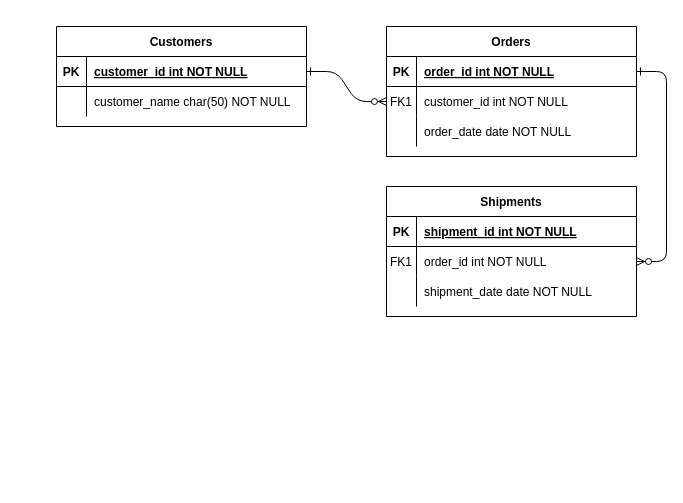
This is BDMODELOER.drawio from FelipeHurtado/BPMN_EXPERIMIENTO, a draw.io file, before an edit. Source tidied: cells renumbered, new cells numbered last; positions are measured from the earlier drawing's top-left corner, leaving out a move shared by most shapes. Both pictures are drawn from the tidied source at 100%, with x=0, y=0 at pixel (56, 26).
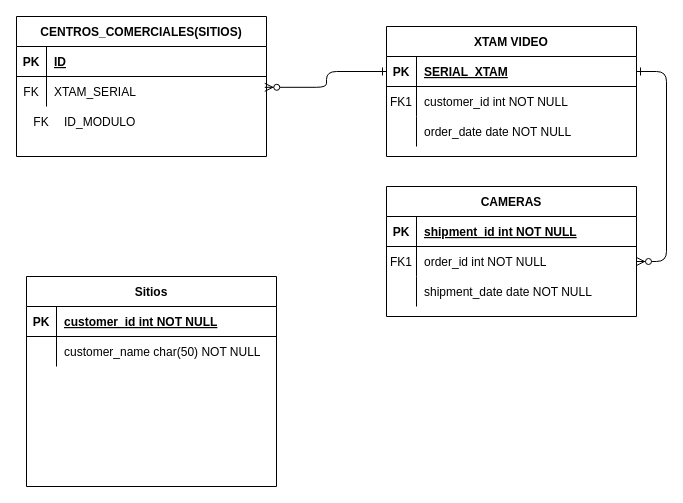
After the change.

Unchanged cells that the change refers to:
```xml
<mxCell id="5" style="shape=partialRectangle;fillColor=none;points=[[0,0.5],[1,0.5]];portConstraint=eastwest;top=0;left=0;right=0;bottom=1;" parent="4" vertex="1">
  <mxGeometry y="30" width="250" height="30" as="geometry" />
</mxCell>
<mxCell id="8" style="shape=partialRectangle;fillColor=none;points=[[0,0.5],[1,0.5]];portConstraint=eastwest;top=0;left=0;right=0;bottom=0;" parent="4" vertex="1">
  <mxGeometry y="60" width="250" height="30" as="geometry" />
</mxCell>
<mxCell id="25" style="shape=partialRectangle;fillColor=none;points=[[0,0.5],[1,0.5]];portConstraint=eastwest;top=0;left=0;right=0;bottom=1;" parent="24" vertex="1">
  <mxGeometry y="30" width="250" height="30" as="geometry" />
</mxCell>
<mxCell id="28" style="shape=partialRectangle;fillColor=none;points=[[0,0.5],[1,0.5]];portConstraint=eastwest;top=0;left=0;right=0;bottom=0;" parent="24" vertex="1">
  <mxGeometry y="60" width="250" height="30" as="geometry" />
</mxCell>
```

Change to the diagram source:
```diff
@@
-    <mxCell id="2" style="edgeStyle=entityRelationEdgeStyle;endArrow=ERzeroToMany;startArrow=ERone;endFill=1;startFill=0;" parent="1" edge="1" source="25" target="8">
-      <mxGeometry relative="1" as="geometry" />
-    </mxCell>
@@
-    <mxCell id="4" value="Orders" style="shape=table;startSize=30;childLayout=tableLayout;rowLines=0;fontStyle=1;align=center;" parent="1" vertex="1">
+    <mxCell id="4" value="XTAM VIDEO" style="shape=table;startSize=30;childLayout=tableLayout;rowLines=0;fontStyle=1;align=center;" parent="1" vertex="1">
       <mxGeometry x="330" width="250" height="130" as="geometry" />
     </mxCell>
@@
-    <mxCell id="7" value="order_id int NOT NULL " style="shape=partialRectangle;overflow=hidden;fillColor=none;top=0;left=0;bottom=0;right=0;align=left;spacingLeft=6;fontStyle=5;" parent="5" vertex="1">
+    <mxCell id="7" value="SERIAL_XTAM" style="shape=partialRectangle;overflow=hidden;fillColor=none;top=0;left=0;bottom=0;right=0;align=left;spacingLeft=6;fontStyle=5;" parent="5" vertex="1">
       <mxGeometry x="30" width="220" height="30" as="geometry" />
     </mxCell>
@@
-    <mxCell id="14" value="Shipments" style="shape=table;startSize=30;childLayout=tableLayout;rowLines=0;fontStyle=1;align=center;" parent="1" vertex="1">
+    <mxCell id="14" value="CAMERAS" style="shape=table;startSize=30;childLayout=tableLayout;rowLines=0;fontStyle=1;align=center;" parent="1" vertex="1">
       <mxGeometry x="330" y="160" width="250" height="130" as="geometry" />
     </mxCell>
@@
-    <mxCell id="24" value="Customers" style="shape=table;startSize=30;childLayout=tableLayout;rowLines=0;fontStyle=1;align=center;" parent="1" vertex="1">
-      <mxGeometry width="250" height="100" as="geometry" />
+    <mxCell id="24" value="CENTROS_COMERCIALES(SITIOS)" style="shape=table;startSize=30;childLayout=tableLayout;rowLines=0;fontStyle=1;align=center;" parent="1" vertex="1">
+      <mxGeometry x="-40" y="-10" width="250" height="140" as="geometry" />
     </mxCell>
@@
-    <mxCell id="27" value="customer_id int NOT NULL " style="shape=partialRectangle;overflow=hidden;fillColor=none;top=0;left=0;bottom=0;right=0;align=left;spacingLeft=6;fontStyle=5;" parent="25" vertex="1">
+    <mxCell id="27" value="ID" style="shape=partialRectangle;overflow=hidden;fillColor=none;top=0;left=0;bottom=0;right=0;align=left;spacingLeft=6;fontStyle=5;" parent="25" vertex="1">
       <mxGeometry x="30" width="220" height="30" as="geometry" />
     </mxCell>
@@
-    <mxCell id="29" style="shape=partialRectangle;overflow=hidden;fillColor=none;top=0;left=0;bottom=0;right=0;" parent="28" vertex="1">
+    <mxCell id="29" value="FK" style="shape=partialRectangle;overflow=hidden;fillColor=none;top=0;left=0;bottom=0;right=0;" parent="28" vertex="1">
       <mxGeometry width="30" height="30" as="geometry" />
     </mxCell>
-    <mxCell id="30" value="customer_name char(50) NOT NULL" style="shape=partialRectangle;overflow=hidden;fillColor=none;top=0;left=0;bottom=0;right=0;align=left;spacingLeft=6;" parent="28" vertex="1">
+    <mxCell id="30" value="XTAM_SERIAL" style="shape=partialRectangle;overflow=hidden;fillColor=none;top=0;left=0;bottom=0;right=0;align=left;spacingLeft=6;" parent="28" vertex="1">
       <mxGeometry x="30" width="220" height="30" as="geometry" />
     </mxCell>
+    <mxCell id="31" value="Sitios" style="shape=table;startSize=30;childLayout=tableLayout;rowLines=0;fontStyle=1;align=center;" parent="1" vertex="1">
+      <mxGeometry x="-30" y="250" width="250" height="210" as="geometry" />
+    </mxCell>
+    <mxCell id="32" style="shape=partialRectangle;fillColor=none;top=0;left=0;right=0;bottom=1;" parent="31" vertex="1">
+      <mxGeometry y="30" width="250" height="30" as="geometry" />
+    </mxCell>
+    <mxCell id="33" value="PK" style="shape=partialRectangle;overflow=hidden;fillColor=none;top=0;left=0;bottom=0;right=0;fontStyle=1;" parent="32" vertex="1">
+      <mxGeometry width="30" height="30" as="geometry" />
+    </mxCell>
+    <mxCell id="34" value="customer_id int NOT NULL " style="shape=partialRectangle;overflow=hidden;fillColor=none;top=0;left=0;bottom=0;right=0;align=left;spacingLeft=6;fontStyle=5;" parent="32" vertex="1">
+      <mxGeometry x="30" width="220" height="30" as="geometry" />
+    </mxCell>
+    <mxCell id="35" style="shape=partialRectangle;fillColor=none;top=0;left=0;right=0;bottom=0;" parent="31" vertex="1">
+      <mxGeometry y="60" width="250" height="30" as="geometry" />
+    </mxCell>
+    <mxCell id="36" style="shape=partialRectangle;overflow=hidden;fillColor=none;top=0;left=0;bottom=0;right=0;" parent="35" vertex="1">
+      <mxGeometry width="30" height="30" as="geometry" />
+    </mxCell>
+    <mxCell id="37" value="customer_name char(50) NOT NULL" style="shape=partialRectangle;overflow=hidden;fillColor=none;top=0;left=0;bottom=0;right=0;align=left;spacingLeft=6;" parent="35" vertex="1">
+      <mxGeometry x="30" width="220" height="30" as="geometry" />
+    </mxCell>
+    <mxCell id="38" value="FK" style="shape=partialRectangle;overflow=hidden;fillColor=none;top=0;left=0;bottom=0;right=0;" parent="1" vertex="1">
+      <mxGeometry x="-30" y="80" width="30" height="30" as="geometry" />
+    </mxCell>
+    <mxCell id="39" value="ID_MODULO" style="shape=partialRectangle;overflow=hidden;fillColor=none;top=0;left=0;bottom=0;right=0;align=left;spacingLeft=6;" parent="1" vertex="1">
+      <mxGeometry y="80" width="220" height="30" as="geometry" />
+    </mxCell>
+    <mxCell id="40" style="edgeStyle=orthogonalEdgeStyle;endArrow=ERzeroToMany;startArrow=ERone;endFill=1;startFill=0;exitX=0;exitY=0.5;exitDx=0;exitDy=0;entryX=0.993;entryY=0.36;entryDx=0;entryDy=0;entryPerimeter=0;" parent="1" edge="1" source="5" target="28">
+      <mxGeometry relative="1" as="geometry" />
+    </mxCell>
```
